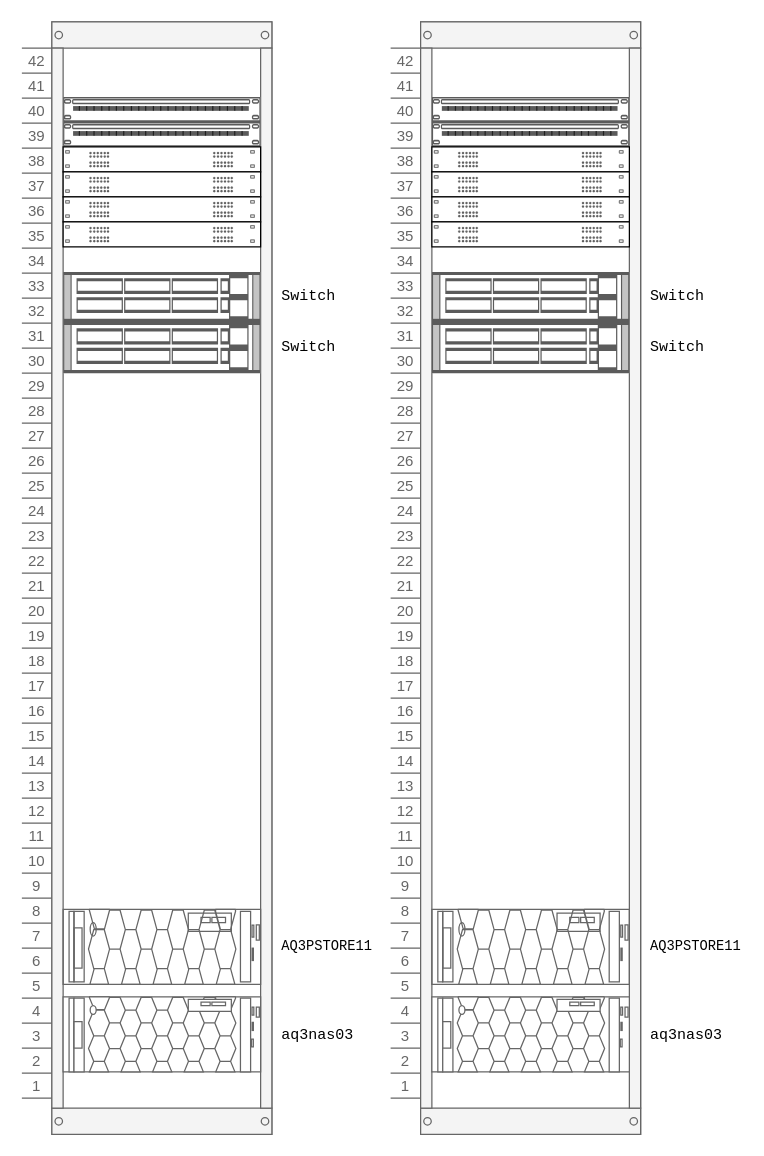
riku7032/draw keeps this draw.io diagram as storage.drawio. Above is the earlier version. Source tidied: cells renumbered, new cells numbered last; positions are measured from the earlier drawing's top-left corner, leaving out a move shared by most shapes. Both pictures are drawn from the tidied source at 125%, with x=0, y=0 at pixel (21, 21).
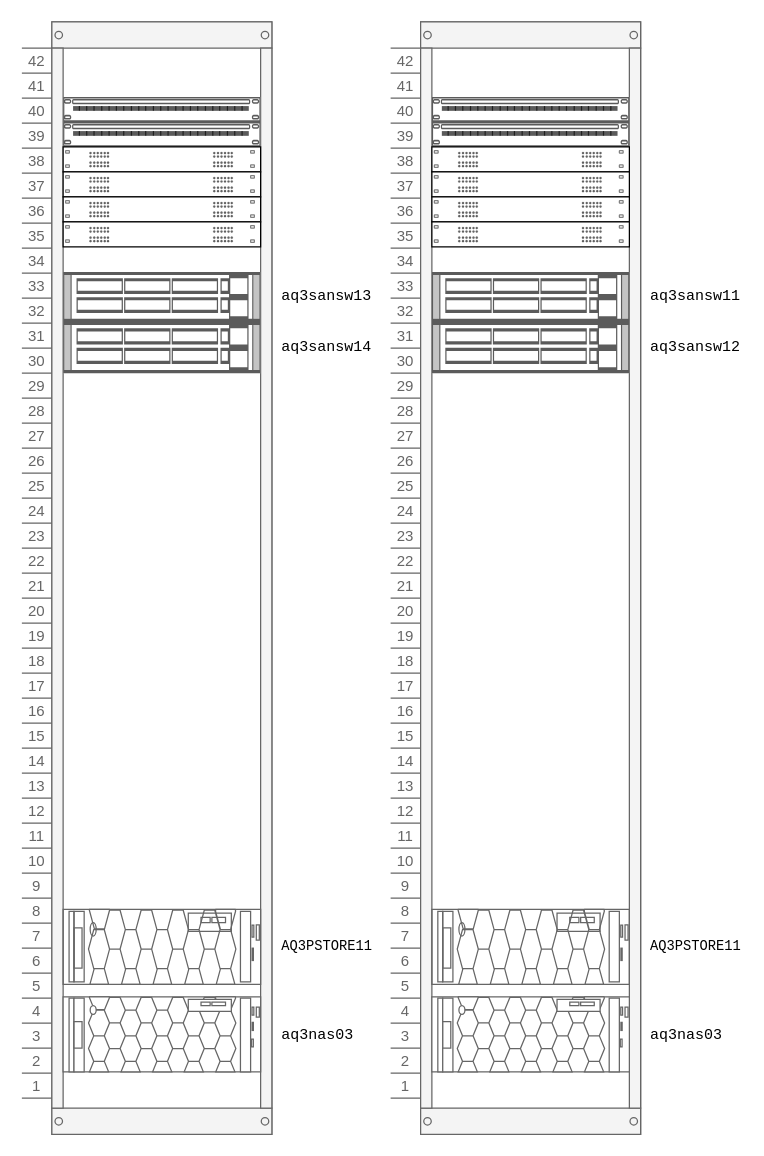
The same page after the edit.

The change refers to these unchanged cells:
```xml
<mxCell id="2" style="strokeColor=#666666;html=1;verticalLabelPosition=bottom;labelBackgroundColor=#ffffff;verticalAlign=top;shadow=0;dashed=0;shape=mxgraph.rackGeneral.container;fillColor2=#f4f4f4;allowGaps=1;textColor=#666666;numDisp=ascend;" parent="1" vertex="1">
  <mxGeometry width="200" height="890" as="geometry" />
</mxCell>
<mxCell id="337" style="strokeColor=#666666;html=1;verticalLabelPosition=bottom;labelBackgroundColor=#ffffff;verticalAlign=top;shadow=0;dashed=0;shape=mxgraph.rackGeneral.container;fillColor2=#f4f4f4;allowGaps=1;textColor=#666666;numDisp=ascend;" parent="1" vertex="1">
  <mxGeometry x="295" width="200" height="890" as="geometry" />
</mxCell>
```

What changed in the source:
```diff
@@
-    <mxCell id="333" value="Switch" style="shape=mxgraph.rack.cisco.cisco_catalyst_4948_10_gigabit_ethernet_switch;html=1;labelPosition=right;align=left;spacingLeft=15;dashed=0;shadow=0;fillColor=#ffffff;fontFamily=Courier New;" parent="2" vertex="1">
+    <mxCell id="333" value="aq3sansw13" style="shape=mxgraph.rack.cisco.cisco_catalyst_4948_10_gigabit_ethernet_switch;html=1;labelPosition=right;align=left;spacingLeft=15;dashed=0;shadow=0;fillColor=#ffffff;fontFamily=Courier New;" parent="2" vertex="1">
       <mxGeometry x="33" y="200" width="158" height="40" as="geometry" />
     </mxCell>
-    <mxCell id="334" value="Switch" style="shape=mxgraph.rack.cisco.cisco_catalyst_4948_10_gigabit_ethernet_switch;html=1;labelPosition=right;align=left;spacingLeft=15;dashed=0;shadow=0;fillColor=#ffffff;fontFamily=Courier New;" parent="2" vertex="1">
+    <mxCell id="334" value="aq3sansw14" style="shape=mxgraph.rack.cisco.cisco_catalyst_4948_10_gigabit_ethernet_switch;html=1;labelPosition=right;align=left;spacingLeft=15;dashed=0;shadow=0;fillColor=#ffffff;fontFamily=Courier New;" parent="2" vertex="1">
       <mxGeometry x="33" y="240" width="158" height="41" as="geometry" />
     </mxCell>
@@
-    <mxCell id="668" value="Switch" style="shape=mxgraph.rack.cisco.cisco_catalyst_4948_10_gigabit_ethernet_switch;html=1;labelPosition=right;align=left;spacingLeft=15;dashed=0;shadow=0;fillColor=#ffffff;fontFamily=Courier New;" parent="337" vertex="1">
+    <mxCell id="668" value="aq3sansw11" style="shape=mxgraph.rack.cisco.cisco_catalyst_4948_10_gigabit_ethernet_switch;html=1;labelPosition=right;align=left;spacingLeft=15;dashed=0;shadow=0;fillColor=#ffffff;fontFamily=Courier New;" parent="337" vertex="1">
       <mxGeometry x="33" y="200" width="158" height="40" as="geometry" />
     </mxCell>
-    <mxCell id="669" value="Switch" style="shape=mxgraph.rack.cisco.cisco_catalyst_4948_10_gigabit_ethernet_switch;html=1;labelPosition=right;align=left;spacingLeft=15;dashed=0;shadow=0;fillColor=#ffffff;fontFamily=Courier New;" parent="337" vertex="1">
+    <mxCell id="669" value="aq3sansw12" style="shape=mxgraph.rack.cisco.cisco_catalyst_4948_10_gigabit_ethernet_switch;html=1;labelPosition=right;align=left;spacingLeft=15;dashed=0;shadow=0;fillColor=#ffffff;fontFamily=Courier New;" parent="337" vertex="1">
       <mxGeometry x="33" y="240" width="158" height="41" as="geometry" />
     </mxCell>
```
